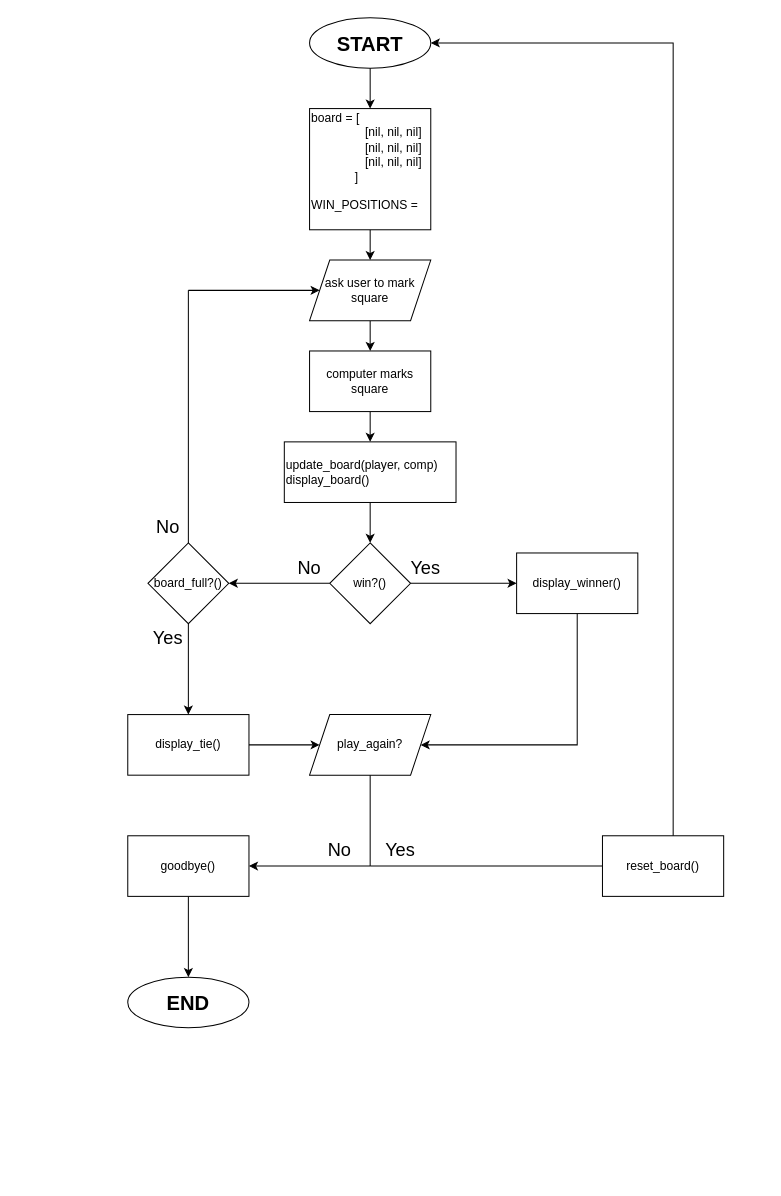
jackouni/RB110-119 keeps this draw.io diagram as lesson_3/tictactoe.drawio. Above is the earlier version. Source tidied: cells renumbered, new cells numbered last; positions are measured from the earlier drawing's top-left corner, leaving out a move shared by most shapes. Both pictures are drawn from the tidied source at 101%, with x=0, y=0 at pixel (127, 17).
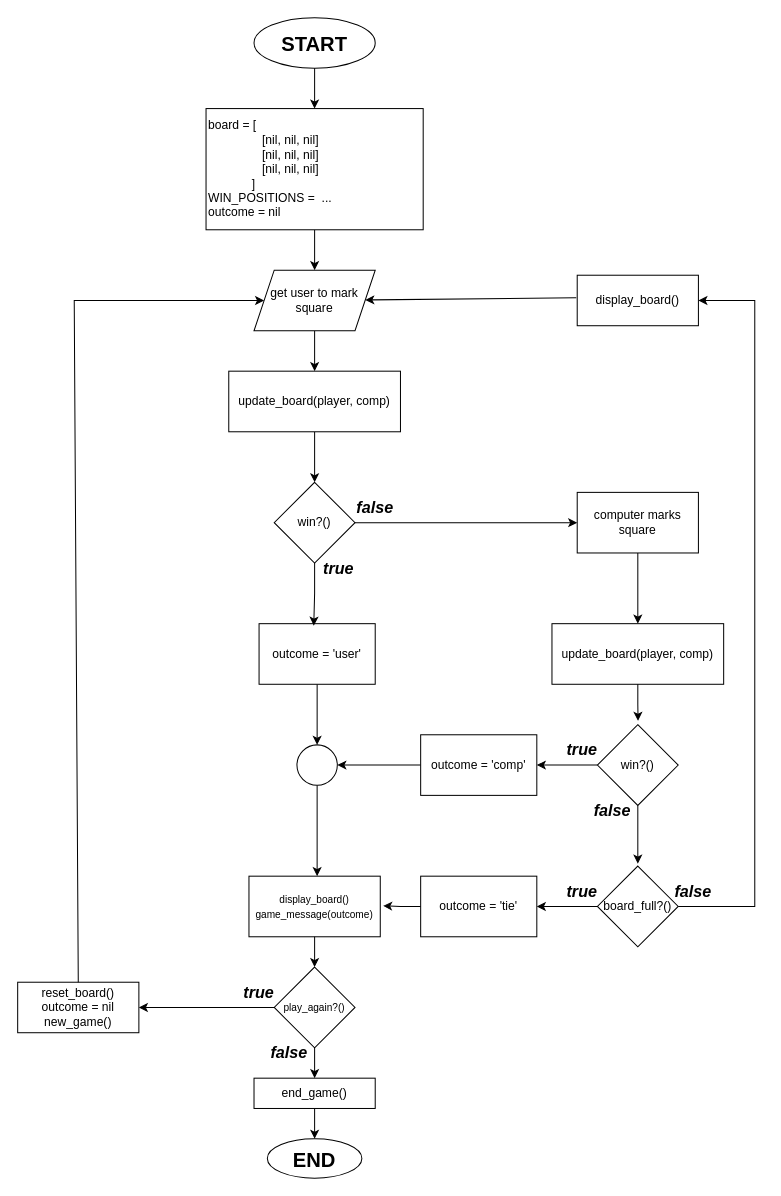
After the change.

Diff of the diagram source:
```diff
@@
     <mxCell id="2" value="&lt;font style=&quot;font-size: 20px;&quot;&gt;&lt;b&gt;START&lt;/b&gt;&lt;/font&gt;" style="ellipse;whiteSpace=wrap;html=1;" parent="1" vertex="1">
-      <mxGeometry x="180" width="120" height="50" as="geometry" />
+      <mxGeometry x="125" width="120" height="50" as="geometry" />
     </mxCell>
@@
-    <mxCell id="4" value="&lt;div style=&quot;&quot;&gt;&lt;span style=&quot;background-color: initial;&quot;&gt;board = [&lt;/span&gt;&lt;/div&gt;&lt;div style=&quot;&quot;&gt;&lt;span style=&quot;background-color: initial;&quot;&gt;&lt;span style=&quot;white-space: pre;&quot;&gt;&#9;&lt;/span&gt;&lt;span style=&quot;white-space: pre;&quot;&gt;&#9;&lt;/span&gt;[nil, nil, nil]&lt;/span&gt;&lt;/div&gt;&lt;div style=&quot;&quot;&gt;&lt;div style=&quot;&quot;&gt;&lt;span style=&quot;background-color: initial;&quot;&gt;&lt;span style=&quot;white-space: pre;&quot;&gt;&#9;&lt;/span&gt;&lt;span style=&quot;white-space: pre;&quot;&gt;&#9;&lt;/span&gt;[nil, nil, nil]&lt;/span&gt;&lt;/div&gt;&lt;span style=&quot;background-color: initial;&quot;&gt;&lt;div style=&quot;&quot;&gt;&lt;span style=&quot;background-color: initial;&quot;&gt;&lt;span style=&quot;white-space: pre;&quot;&gt;&#9;&lt;/span&gt;&lt;span style=&quot;white-space: pre;&quot;&gt;&#9;&lt;/span&gt;[nil, nil, nil]&lt;/span&gt;&lt;/div&gt;&lt;/span&gt;&lt;/div&gt;&lt;div style=&quot;&quot;&gt;&lt;span style=&quot;background-color: initial;&quot;&gt;&amp;nbsp; &amp;nbsp; &lt;span style=&quot;white-space: pre;&quot;&gt;&#9;&lt;/span&gt;&amp;nbsp; &amp;nbsp; &amp;nbsp;]&amp;nbsp; &amp;nbsp; &amp;nbsp;&lt;/span&gt;&lt;/div&gt;&lt;div style=&quot;&quot;&gt;&lt;span style=&quot;background-color: initial;&quot;&gt;&lt;br&gt;&lt;/span&gt;&lt;/div&gt;&lt;div style=&quot;&quot;&gt;WIN_POSITIONS =&amp;nbsp;&lt;/div&gt;&lt;div style=&quot;&quot;&gt;&lt;br&gt;&lt;/div&gt;" style="rounded=0;whiteSpace=wrap;html=1;align=left;" parent="1" vertex="1">
-      <mxGeometry x="180" y="90" width="120" height="120" as="geometry" />
+    <mxCell id="4" value="&lt;div style=&quot;&quot;&gt;&lt;span style=&quot;background-color: initial;&quot;&gt;board = [&lt;/span&gt;&lt;/div&gt;&lt;div style=&quot;&quot;&gt;&lt;span style=&quot;background-color: initial;&quot;&gt;&lt;span style=&quot;white-space: pre;&quot;&gt;&#9;&lt;/span&gt;&lt;span style=&quot;white-space: pre;&quot;&gt;&#9;&lt;/span&gt;[nil, nil, nil]&lt;/span&gt;&lt;/div&gt;&lt;div style=&quot;&quot;&gt;&lt;div style=&quot;&quot;&gt;&lt;span style=&quot;background-color: initial;&quot;&gt;&lt;span style=&quot;white-space: pre;&quot;&gt;&#9;&lt;/span&gt;&lt;span style=&quot;white-space: pre;&quot;&gt;&#9;&lt;/span&gt;[nil, nil, nil]&lt;/span&gt;&lt;/div&gt;&lt;span style=&quot;background-color: initial;&quot;&gt;&lt;div style=&quot;&quot;&gt;&lt;span style=&quot;background-color: initial;&quot;&gt;&lt;span style=&quot;white-space: pre;&quot;&gt;&#9;&lt;/span&gt;&lt;span style=&quot;white-space: pre;&quot;&gt;&#9;&lt;/span&gt;[nil, nil, nil]&lt;/span&gt;&lt;/div&gt;&lt;/span&gt;&lt;/div&gt;&lt;div style=&quot;&quot;&gt;&lt;span style=&quot;background-color: initial;&quot;&gt;&amp;nbsp; &amp;nbsp; &lt;span style=&quot;white-space: pre;&quot;&gt;&#9;&lt;/span&gt;&amp;nbsp; &amp;nbsp; &amp;nbsp;]&amp;nbsp; &amp;nbsp; &amp;nbsp;&lt;/span&gt;&lt;/div&gt;&lt;div style=&quot;&quot;&gt;WIN_POSITIONS =&amp;nbsp; ...&lt;br&gt;&lt;/div&gt;&lt;div style=&quot;&quot;&gt;outcome = nil&lt;/div&gt;" style="rounded=0;whiteSpace=wrap;html=1;align=left;" parent="1" vertex="1">
+      <mxGeometry x="77.5" y="90" width="215" height="120" as="geometry" />
     </mxCell>
-    <mxCell id="5" style="edgeStyle=orthogonalEdgeStyle;rounded=0;jettySize=auto;html=1;" parent="1" edge="1" source="6" target="8">
-      <mxGeometry relative="1" as="geometry" />
-    </mxCell>
+    <mxCell id="37" style="edgeStyle=orthogonalEdgeStyle;rounded=0;jettySize=auto;html=1;" parent="1" edge="1" source="6" target="50">
+      <mxGeometry relative="1" as="geometry" />
+    </mxCell>
-    <mxCell id="6" value="ask user to mark square" style="shape=parallelogram;perimeter=parallelogramPerimeter;whiteSpace=wrap;html=1;fixedSize=1;" parent="1" vertex="1">
-      <mxGeometry x="180" y="240" width="120" height="60" as="geometry" />
+    <mxCell id="6" value="get user to mark square" style="shape=parallelogram;perimeter=parallelogramPerimeter;whiteSpace=wrap;html=1;fixedSize=1;" parent="1" vertex="1">
+      <mxGeometry x="125" y="250" width="120" height="60" as="geometry" />
     </mxCell>
-    <mxCell id="7" style="edgeStyle=orthogonalEdgeStyle;rounded=0;jettySize=auto;html=1;" parent="1" edge="1" source="8" target="10">
-      <mxGeometry relative="1" as="geometry" />
-    </mxCell>
+    <mxCell id="38" style="edgeStyle=orthogonalEdgeStyle;rounded=0;jettySize=auto;html=1;entryX=0.5;entryY=0;entryDx=0;entryDy=0;" parent="1" edge="1" source="8" target="64">
+      <mxGeometry relative="1" as="geometry" />
+    </mxCell>
     <mxCell id="8" value="computer marks square" style="whiteSpace=wrap;html=1;" parent="1" vertex="1">
-      <mxGeometry x="180" y="330" width="120" height="60" as="geometry" />
+      <mxGeometry x="445" y="470" width="120" height="60" as="geometry" />
     </mxCell>
-    <mxCell id="9" style="edgeStyle=orthogonalEdgeStyle;rounded=0;jettySize=auto;html=1;" parent="1" edge="1" source="10" target="13">
-      <mxGeometry relative="1" as="geometry" />
-    </mxCell>
-    <mxCell id="10" value="update_board(player, comp)&lt;br&gt;display_board()" style="whiteSpace=wrap;html=1;align=left;" parent="1" vertex="1">
-      <mxGeometry x="155" y="420" width="170" height="60" as="geometry" />
-    </mxCell>
-    <mxCell id="11" style="edgeStyle=orthogonalEdgeStyle;rounded=0;jettySize=auto;html=1;" parent="1" edge="1" source="13" target="15">
-      <mxGeometry relative="1" as="geometry" />
-    </mxCell>
-    <mxCell id="12" style="edgeStyle=orthogonalEdgeStyle;rounded=0;jettySize=auto;html=1;" parent="1" edge="1" source="13" target="20">
-      <mxGeometry relative="1" as="geometry" />
-    </mxCell>
-    <mxCell id="13" value="win?()" style="rhombus;whiteSpace=wrap;html=1;" parent="1" vertex="1">
-      <mxGeometry x="200" y="520" width="80" height="80" as="geometry" />
-    </mxCell>
-    <mxCell id="14" style="edgeStyle=orthogonalEdgeStyle;rounded=0;jettySize=auto;html=1;" parent="1" edge="1" source="15" target="22">
-      <mxGeometry relative="1" as="geometry" />
-    </mxCell>
+    <mxCell id="33" style="edgeStyle=orthogonalEdgeStyle;rounded=0;jettySize=auto;html=1;entryX=0.5;entryY=0;entryDx=0;entryDy=0;" parent="1" edge="1" source="2" target="4">
+      <mxGeometry relative="1" as="geometry" />
+    </mxCell>
+    <mxCell id="39" value="win?()" style="rhombus;whiteSpace=wrap;html=1;" parent="1" vertex="1">
+      <mxGeometry x="145" y="460" width="80" height="80" as="geometry" />
+    </mxCell>
+    <mxCell id="40" style="endArrow=classic;html=1;rounded=0;exitX=1;exitY=0.5;exitDx=0;exitDy=0;entryX=0;entryY=0.5;entryDx=0;entryDy=0;" parent="1" edge="1" source="39" target="8">
+      <mxGeometry relative="1" as="geometry" />
+    </mxCell>
+    <mxCell id="41" style="edgeStyle=orthogonalEdgeStyle;rounded=0;jettySize=auto;html=1;entryX=0.5;entryY=0;entryDx=0;entryDy=0;" parent="1" edge="1" source="42" target="48">
+      <mxGeometry relative="1" as="geometry" />
+    </mxCell>
+    <mxCell id="42" value="outcome = 'user'" style="whiteSpace=wrap;html=1;align=center;" parent="1" vertex="1">
+      <mxGeometry x="130" y="600" width="115" height="60" as="geometry" />
+    </mxCell>
+    <mxCell id="43" style="edgeStyle=orthogonalEdgeStyle;rounded=0;jettySize=auto;html=1;entryX=1;entryY=0.5;entryDx=0;entryDy=0;" parent="1" edge="1" source="44" target="46">
+      <mxGeometry relative="1" as="geometry" />
+    </mxCell>
+    <mxCell id="44" value="win?()" style="rhombus;whiteSpace=wrap;html=1;" parent="1" vertex="1">
+      <mxGeometry x="465" y="700" width="80" height="80" as="geometry" />
+    </mxCell>
+    <mxCell id="45" style="edgeStyle=orthogonalEdgeStyle;rounded=0;jettySize=auto;html=1;entryX=1;entryY=0.5;entryDx=0;entryDy=0;" parent="1" edge="1" source="46" target="48">
+      <mxGeometry relative="1" as="geometry" />
+    </mxCell>
+    <mxCell id="46" value="outcome = 'comp'" style="whiteSpace=wrap;html=1;align=center;" parent="1" vertex="1">
+      <mxGeometry x="290" y="710" width="115" height="60" as="geometry" />
+    </mxCell>
+    <mxCell id="47" style="edgeStyle=orthogonalEdgeStyle;rounded=0;jettySize=auto;html=1;entryX=0.519;entryY=0;entryDx=0;entryDy=0;entryPerimeter=0;" parent="1" edge="1" source="48" target="58">
+      <mxGeometry relative="1" as="geometry" />
+    </mxCell>
+    <mxCell id="48" style="ellipse;whiteSpace=wrap;html=1;" parent="1" vertex="1">
+      <mxGeometry x="167.5" y="720" width="40" height="40" as="geometry" />
+    </mxCell>
+    <mxCell id="49" style="edgeStyle=orthogonalEdgeStyle;rounded=0;jettySize=auto;html=1;entryX=0.5;entryY=0;entryDx=0;entryDy=0;" parent="1" edge="1" source="50" target="39">
+      <mxGeometry relative="1" as="geometry" />
+    </mxCell>
+    <mxCell id="50" value="update_board(player, comp)" style="whiteSpace=wrap;html=1;align=center;" parent="1" vertex="1">
+      <mxGeometry x="100" y="350" width="170" height="60" as="geometry" />
+    </mxCell>
+    <mxCell id="51" style="edgeStyle=orthogonalEdgeStyle;rounded=0;jettySize=auto;html=1;entryX=0.471;entryY=0.033;entryDx=0;entryDy=0;entryPerimeter=0;" parent="1" edge="1" source="39" target="42">
+      <mxGeometry relative="1" as="geometry" />
+    </mxCell>
+    <mxCell id="52" value="&lt;i style=&quot;font-size: 16px;&quot;&gt;&lt;b style=&quot;font-size: 16px;&quot;&gt;false&lt;/b&gt;&lt;/i&gt;" style="text;html=1;align=center;verticalAlign=middle;whiteSpace=wrap;rounded=0;fontSize=16;" parent="1" vertex="1">
+      <mxGeometry x="215" y="470" width="60" height="30" as="geometry" />
+    </mxCell>
+    <mxCell id="53" value="&lt;i style=&quot;font-size: 16px;&quot;&gt;&lt;b style=&quot;font-size: 16px;&quot;&gt;true&lt;/b&gt;&lt;/i&gt;" style="text;html=1;align=center;verticalAlign=middle;whiteSpace=wrap;rounded=0;fontSize=16;" parent="1" vertex="1">
+      <mxGeometry x="179" y="530" width="60" height="30" as="geometry" />
+    </mxCell>
+    <mxCell id="54" value="&lt;i style=&quot;font-size: 16px;&quot;&gt;&lt;b style=&quot;font-size: 16px;&quot;&gt;false&lt;/b&gt;&lt;/i&gt;" style="text;html=1;align=center;verticalAlign=middle;whiteSpace=wrap;rounded=0;fontSize=16;" parent="1" vertex="1">
+      <mxGeometry x="450" y="770" width="60" height="30" as="geometry" />
+    </mxCell>
+    <mxCell id="55" value="&lt;i style=&quot;font-size: 16px;&quot;&gt;&lt;b style=&quot;font-size: 16px;&quot;&gt;true&lt;/b&gt;&lt;/i&gt;" style="text;html=1;align=center;verticalAlign=middle;whiteSpace=wrap;rounded=0;fontSize=16;" parent="1" vertex="1">
+      <mxGeometry x="420" y="710" width="60" height="30" as="geometry" />
+    </mxCell>
+    <mxCell id="56" style="edgeStyle=orthogonalEdgeStyle;rounded=0;jettySize=auto;html=1;entryX=1;entryY=0.5;entryDx=0;entryDy=0;" parent="1" edge="1" source="15" target="59">
+      <mxGeometry relative="1" as="geometry" />
+    </mxCell>
     <mxCell id="15" value="board_full?()" style="rhombus;whiteSpace=wrap;html=1;" parent="1" vertex="1">
-      <mxGeometry x="20" y="520" width="80" height="80" as="geometry" />
+      <mxGeometry x="465" y="840" width="80" height="80" as="geometry" />
     </mxCell>
-    <mxCell id="16" value="No" style="text;html=1;align=center;verticalAlign=middle;whiteSpace=wrap;rounded=0;fontSize=18;" parent="1" vertex="1">
-      <mxGeometry x="150" y="530" width="60" height="30" as="geometry" />
-    </mxCell>
-    <mxCell id="17" style="endArrow=classic;html=1;rounded=0;" parent="1" edge="1" target="6">
-      <mxGeometry relative="1" as="geometry">
-        <mxPoint x="60" y="270" as="sourcePoint" />
-      </mxGeometry>
-    </mxCell>
-    <mxCell id="18" style="endArrow=none;html=1;rounded=0;exitX=0.5;exitY=0;exitDx=0;exitDy=0;" parent="1" edge="1" source="15">
-      <mxGeometry relative="1" as="geometry">
-        <mxPoint x="60" y="270" as="targetPoint" />
-      </mxGeometry>
-    </mxCell>
-    <mxCell id="19" value="No" style="text;html=1;align=center;verticalAlign=middle;whiteSpace=wrap;rounded=0;fontSize=18;" parent="1" vertex="1">
-      <mxGeometry x="10" y="490" width="60" height="30" as="geometry" />
-    </mxCell>
-    <mxCell id="20" value="display_winner()" style="whiteSpace=wrap;html=1;" parent="1" vertex="1">
-      <mxGeometry x="385" y="530" width="120" height="60" as="geometry" />
-    </mxCell>
-    <mxCell id="21" style="edgeStyle=orthogonalEdgeStyle;rounded=0;jettySize=auto;html=1;entryX=0;entryY=0.5;entryDx=0;entryDy=0;" parent="1" edge="1" source="22" target="28">
-      <mxGeometry relative="1" as="geometry" />
-    </mxCell>
-    <mxCell id="22" value="display_tie()" style="whiteSpace=wrap;html=1;" parent="1" vertex="1">
-      <mxGeometry y="690" width="120" height="60" as="geometry" />
-    </mxCell>
-    <mxCell id="23" value="Yes" style="text;html=1;align=center;verticalAlign=middle;whiteSpace=wrap;rounded=0;fontSize=18;" parent="1" vertex="1">
-      <mxGeometry x="10" y="600" width="60" height="30" as="geometry" />
-    </mxCell>
-    <mxCell id="24" style="endArrow=classic;html=1;rounded=0;exitX=0.5;exitY=1;exitDx=0;exitDy=0;entryX=1;entryY=0.5;entryDx=0;entryDy=0;" parent="1" edge="1" source="20" target="28">
-      <mxGeometry relative="1" as="geometry">
-        <Array as="points">
-          <mxPoint x="445" y="720" />
-        </Array>
-      </mxGeometry>
-    </mxCell>
+    <mxCell id="57" style="edgeStyle=orthogonalEdgeStyle;rounded=0;jettySize=auto;html=1;entryX=0.5;entryY=-0.03;entryDx=0;entryDy=0;entryPerimeter=0;" parent="1" edge="1" source="44" target="15">
+      <mxGeometry relative="1" as="geometry" />
+    </mxCell>
+    <mxCell id="58" value="&lt;font style=&quot;font-size: 10px;&quot;&gt;display_board()&lt;br&gt;game_message(outcome)&lt;br&gt;&lt;/font&gt;" style="whiteSpace=wrap;html=1;align=center;" parent="1" vertex="1">
+      <mxGeometry x="120" y="850" width="130" height="60" as="geometry" />
+    </mxCell>
+    <mxCell id="59" value="outcome = 'tie'" style="whiteSpace=wrap;html=1;align=center;" parent="1" vertex="1">
+      <mxGeometry x="290" y="850" width="115" height="60" as="geometry" />
+    </mxCell>
+    <mxCell id="60" style="edgeStyle=orthogonalEdgeStyle;rounded=0;jettySize=auto;html=1;entryX=1.022;entryY=0.49;entryDx=0;entryDy=0;entryPerimeter=0;" parent="1" edge="1" source="59" target="58">
+      <mxGeometry relative="1" as="geometry" />
+    </mxCell>
+    <mxCell id="61" value="&lt;i style=&quot;font-size: 16px;&quot;&gt;&lt;b style=&quot;font-size: 16px;&quot;&gt;true&lt;/b&gt;&lt;/i&gt;" style="text;html=1;align=center;verticalAlign=middle;whiteSpace=wrap;rounded=0;fontSize=16;" parent="1" vertex="1">
+      <mxGeometry x="420" y="850" width="60" height="30" as="geometry" />
+    </mxCell>
+    <mxCell id="62" style="endArrow=classic;html=1;rounded=0;exitX=-0.008;exitY=0.446;exitDx=0;exitDy=0;exitPerimeter=0;" parent="1" edge="1" source="77" target="6">
+      <mxGeometry relative="1" as="geometry" />
+    </mxCell>
+    <mxCell id="63" value="&lt;i style=&quot;font-size: 16px;&quot;&gt;&lt;b style=&quot;font-size: 16px;&quot;&gt;false&lt;/b&gt;&lt;/i&gt;" style="text;html=1;align=center;verticalAlign=middle;whiteSpace=wrap;rounded=0;fontSize=16;" parent="1" vertex="1">
+      <mxGeometry x="530" y="850" width="60" height="30" as="geometry" />
+    </mxCell>
+    <mxCell id="64" value="update_board(player, comp)" style="whiteSpace=wrap;html=1;align=center;" parent="1" vertex="1">
+      <mxGeometry x="420" y="600" width="170" height="60" as="geometry" />
+    </mxCell>
+    <mxCell id="65" style="edgeStyle=orthogonalEdgeStyle;rounded=0;jettySize=auto;html=1;entryX=0.503;entryY=-0.048;entryDx=0;entryDy=0;entryPerimeter=0;" parent="1" edge="1" source="64" target="44">
+      <mxGeometry relative="1" as="geometry" />
+    </mxCell>
+    <mxCell id="66" style="edgeStyle=orthogonalEdgeStyle;rounded=0;jettySize=auto;html=1;entryX=1;entryY=0.5;entryDx=0;entryDy=0;" parent="1" edge="1" source="68" target="72">
+      <mxGeometry relative="1" as="geometry" />
+    </mxCell>
+    <mxCell id="67" style="edgeStyle=orthogonalEdgeStyle;rounded=0;jettySize=auto;html=1;entryX=0.5;entryY=0;entryDx=0;entryDy=0;" parent="1" edge="1" source="68" target="71">
+      <mxGeometry relative="1" as="geometry" />
+    </mxCell>
+    <mxCell id="68" value="&lt;font style=&quot;font-size: 10px;&quot;&gt;play_again?()&lt;/font&gt;" style="rhombus;whiteSpace=wrap;html=1;" parent="1" vertex="1">
+      <mxGeometry x="145" y="940" width="80" height="80" as="geometry" />
+    </mxCell>
     <mxCell id="25" value="&lt;font style=&quot;font-size: 20px;&quot;&gt;&lt;b&gt;END&lt;/b&gt;&lt;/font&gt;" style="ellipse;whiteSpace=wrap;html=1;" parent="1" vertex="1">
-      <mxGeometry y="950" width="120" height="50" as="geometry" />
+      <mxGeometry x="138.2" y="1110" width="93.6" height="39" as="geometry" />
     </mxCell>
-    <mxCell id="26" style="edgeStyle=orthogonalEdgeStyle;rounded=0;jettySize=auto;html=1;entryX=0.5;entryY=0;entryDx=0;entryDy=0;" parent="1" edge="1" source="27" target="25">
-      <mxGeometry relative="1" as="geometry" />
-    </mxCell>
-    <mxCell id="27" value="goodbye()" style="whiteSpace=wrap;html=1;" parent="1" vertex="1">
-      <mxGeometry y="810" width="120" height="60" as="geometry" />
-    </mxCell>
-    <mxCell id="28" value="play_again?" style="shape=parallelogram;perimeter=parallelogramPerimeter;whiteSpace=wrap;html=1;fixedSize=1;" parent="1" vertex="1">
-      <mxGeometry x="180" y="690" width="120" height="60" as="geometry" />
-    </mxCell>
-    <mxCell id="29" style="endArrow=none;html=1;rounded=0;entryX=0.5;entryY=1;entryDx=0;entryDy=0;" parent="1" edge="1" target="28">
-      <mxGeometry relative="1" as="geometry">
-        <mxPoint x="240" y="840" as="sourcePoint" />
-      </mxGeometry>
-    </mxCell>
-    <mxCell id="30" style="endArrow=classic;html=1;rounded=0;entryX=1;entryY=0.5;entryDx=0;entryDy=0;" parent="1" edge="1" target="27">
-      <mxGeometry relative="1" as="geometry">
-        <mxPoint x="240" y="840" as="sourcePoint" />
-      </mxGeometry>
-    </mxCell>
-    <mxCell id="31" value="Yes" style="text;html=1;align=center;verticalAlign=middle;whiteSpace=wrap;rounded=0;fontSize=18;" parent="1" vertex="1">
-      <mxGeometry x="240" y="810" width="60" height="30" as="geometry" />
-    </mxCell>
-    <mxCell id="32" value="No" style="text;html=1;align=center;verticalAlign=middle;whiteSpace=wrap;rounded=0;fontSize=18;" parent="1" vertex="1">
-      <mxGeometry x="180" y="810" width="60" height="30" as="geometry" />
-    </mxCell>
-    <mxCell id="33" style="edgeStyle=orthogonalEdgeStyle;rounded=0;jettySize=auto;html=1;entryX=0.5;entryY=0;entryDx=0;entryDy=0;" parent="1" edge="1" source="2" target="4">
-      <mxGeometry relative="1" as="geometry" />
-    </mxCell>
-    <mxCell id="34" style="endArrow=classic;html=1;rounded=0;entryX=1;entryY=0.5;entryDx=0;entryDy=0;" parent="1" edge="1" target="2">
-      <mxGeometry relative="1" as="geometry">
-        <mxPoint x="240" y="840" as="sourcePoint" />
-        <Array as="points">
-          <mxPoint x="380" y="840" />
-          <mxPoint x="540" y="840" />
-          <mxPoint x="540" y="25" />
-        </Array>
-      </mxGeometry>
-    </mxCell>
-    <mxCell id="35" value="reset_board()" style="rounded=0;whiteSpace=wrap;html=1;" parent="1" vertex="1">
-      <mxGeometry x="470" y="810" width="120" height="60" as="geometry" />
-    </mxCell>
-    <mxCell id="36" value="Yes" style="text;html=1;align=center;verticalAlign=middle;whiteSpace=wrap;rounded=0;fontSize=18;" parent="1" vertex="1">
-      <mxGeometry x="265" y="530" width="60" height="30" as="geometry" />
-    </mxCell>
+    <mxCell id="69" style="endArrow=classic;html=1;rounded=0;exitX=0.5;exitY=1;exitDx=0;exitDy=0;entryX=0.5;entryY=0;entryDx=0;entryDy=0;" parent="1" edge="1" source="58" target="68">
+      <mxGeometry relative="1" as="geometry" />
+    </mxCell>
+    <mxCell id="70" style="edgeStyle=orthogonalEdgeStyle;rounded=0;jettySize=auto;html=1;entryX=0.5;entryY=0;entryDx=0;entryDy=0;" parent="1" edge="1" source="71" target="25">
+      <mxGeometry relative="1" as="geometry" />
+    </mxCell>
+    <mxCell id="71" value="end_game()" style="rounded=0;whiteSpace=wrap;html=1;" parent="1" vertex="1">
+      <mxGeometry x="125" y="1050" width="120" height="30" as="geometry" />
+    </mxCell>
+    <mxCell id="72" value="reset_board()&lt;br&gt;outcome = nil&lt;div&gt;new_game()&lt;/div&gt;" style="rounded=0;whiteSpace=wrap;html=1;" parent="1" vertex="1">
+      <mxGeometry x="-109" y="955" width="120" height="50" as="geometry" />
+    </mxCell>
+    <mxCell id="73" value="&lt;i style=&quot;font-size: 16px;&quot;&gt;&lt;b style=&quot;font-size: 16px;&quot;&gt;true&lt;/b&gt;&lt;/i&gt;" style="text;html=1;align=center;verticalAlign=middle;whiteSpace=wrap;rounded=0;fontSize=16;" parent="1" vertex="1">
+      <mxGeometry x="100" y="950" width="60" height="30" as="geometry" />
+    </mxCell>
+    <mxCell id="74" value="&lt;i style=&quot;font-size: 16px;&quot;&gt;&lt;b style=&quot;font-size: 16px;&quot;&gt;false&lt;/b&gt;&lt;/i&gt;" style="text;html=1;align=center;verticalAlign=middle;whiteSpace=wrap;rounded=0;fontSize=16;" parent="1" vertex="1">
+      <mxGeometry x="130" y="1010" width="60" height="30" as="geometry" />
+    </mxCell>
+    <mxCell id="75" style="endArrow=classic;html=1;rounded=0;exitX=0.5;exitY=0;exitDx=0;exitDy=0;entryX=0;entryY=0.5;entryDx=0;entryDy=0;" parent="1" edge="1" source="72" target="6">
+      <mxGeometry relative="1" as="geometry">
+        <Array as="points">
+          <mxPoint x="-53" y="280" />
+        </Array>
+      </mxGeometry>
+    </mxCell>
+    <mxCell id="76" style="endArrow=classic;html=1;rounded=0;exitX=0.25;exitY=1;exitDx=0;exitDy=0;" parent="1" edge="1" source="63" target="77">
+      <mxGeometry relative="1" as="geometry">
+        <Array as="points">
+          <mxPoint x="620.8" y="880" />
+          <mxPoint x="620.8" y="640" />
+          <mxPoint x="620.8" y="280" />
+        </Array>
+      </mxGeometry>
+    </mxCell>
+    <mxCell id="77" value="display_board()" style="rounded=0;whiteSpace=wrap;html=1;" parent="1" vertex="1">
+      <mxGeometry x="445" y="255" width="120" height="50" as="geometry" />
+    </mxCell>
```
